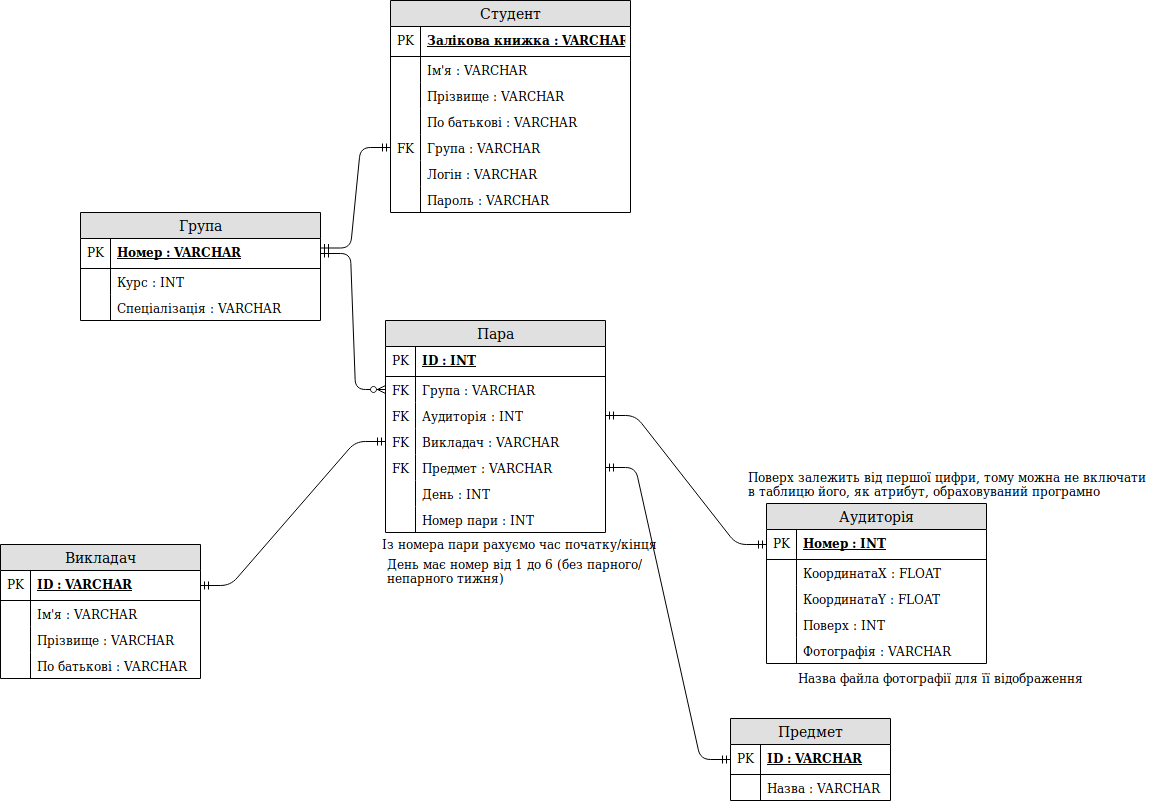
MazanYan/AndroidAppDatabaseTest keeps this draw.io diagram as doc/DatabaseStructure.png. Above is the earlier version. Source tidied: cells renumbered, new cells last; positions are measured from the earlier drawing's top-left corner, leaving out a move shared by most shapes.
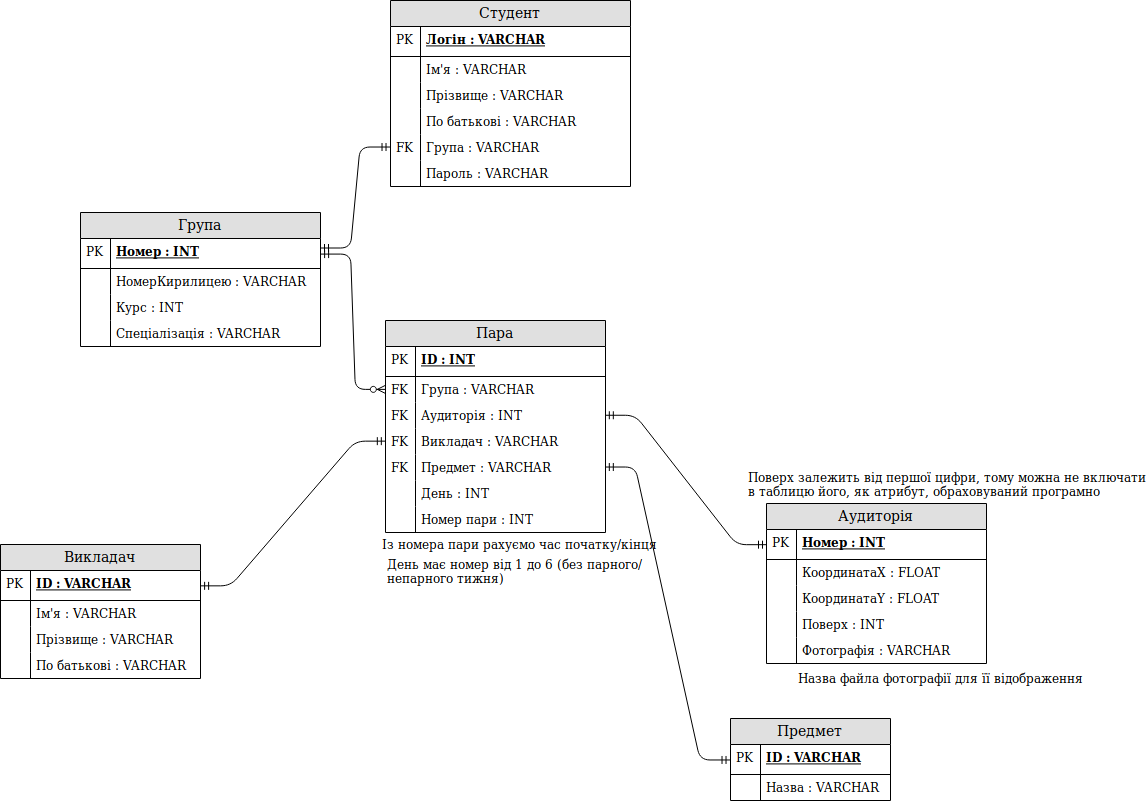
After the commit.

Commit message:
Admin is now able to add new student group; database structure updated

Change to the diagram source:
```diff
@@ -3,9 +3,9 @@
     <mxCell id="0" />
     <mxCell id="1" parent="0" />
     <mxCell id="2" value="Студент" style="swimlane;fontStyle=0;horizontal=1;startSize=26;fillColor=#e0e0e0;swimlaneFillColor=#ffffff;align=center;fontSize=14;" parent="1" vertex="1">
-      <mxGeometry x="390" width="240" height="212" as="geometry" />
+      <mxGeometry x="390" width="240" height="186" as="geometry" />
     </mxCell>
-    <mxCell id="3" value="Залікова книжка : VARCHAR" style="shape=partialRectangle;top=0;left=0;right=0;bottom=1;align=left;verticalAlign=middle;fillColor=none;spacingLeft=34;spacingRight=4;overflow=hidden;fontStyle=5;fontSize=12;" parent="2" vertex="1">
+    <mxCell id="3" value="Логін : VARCHAR" style="shape=partialRectangle;top=0;left=0;right=0;bottom=1;align=left;verticalAlign=middle;fillColor=none;spacingLeft=34;spacingRight=4;overflow=hidden;fontStyle=5;fontSize=12;" parent="2" vertex="1">
       <mxGeometry y="26" width="240" height="30" as="geometry" />
     </mxCell>
     <mxCell id="4" value="PK" style="shape=partialRectangle;top=0;left=0;bottom=0;fillColor=none;align=left;verticalAlign=middle;spacingLeft=4;spacingRight=4;overflow=hidden;fontSize=12;" parent="3" vertex="1">
@@ -35,35 +35,35 @@
     <mxCell id="12" value="FK" style="shape=partialRectangle;top=0;left=0;bottom=0;fillColor=none;align=left;verticalAlign=top;spacingLeft=4;spacingRight=4;overflow=hidden;fontSize=12;" parent="11" vertex="1">
       <mxGeometry width="30" height="26" as="geometry" />
     </mxCell>
-    <mxCell id="13" value="Логін : VARCHAR" style="shape=partialRectangle;top=0;left=0;right=0;bottom=0;align=left;verticalAlign=top;fillColor=none;spacingLeft=34;spacingRight=4;overflow=hidden;fontSize=12;" parent="2" vertex="1">
-      <mxGeometry y="160" width="240" height="26" as="geometry" />
-    </mxCell>
-    <mxCell id="14" style="shape=partialRectangle;top=0;left=0;bottom=0;fillColor=none;align=left;verticalAlign=top;spacingLeft=4;spacingRight=4;overflow=hidden;fontSize=12;" parent="13" vertex="1">
-      <mxGeometry width="30" height="26" as="geometry" />
-    </mxCell>
     <mxCell id="15" value="Пароль : VARCHAR" style="shape=partialRectangle;top=0;left=0;right=0;bottom=0;align=left;verticalAlign=top;fillColor=none;spacingLeft=34;spacingRight=4;overflow=hidden;fontSize=12;" parent="2" vertex="1">
-      <mxGeometry y="186" width="240" height="26" as="geometry" />
+      <mxGeometry y="160" width="240" height="26" as="geometry" />
     </mxCell>
     <mxCell id="16" style="shape=partialRectangle;top=0;left=0;bottom=0;fillColor=none;align=left;verticalAlign=top;spacingLeft=4;spacingRight=4;overflow=hidden;fontSize=12;" parent="15" vertex="1">
       <mxGeometry width="30" height="26" as="geometry" />
     </mxCell>
     <mxCell id="17" value="Група" style="swimlane;fontStyle=0;horizontal=1;startSize=26;fillColor=#e0e0e0;swimlaneFillColor=#ffffff;align=center;fontSize=14;" parent="1" vertex="1">
-      <mxGeometry x="80" y="212" width="240" height="108" as="geometry" />
+      <mxGeometry x="80" y="212" width="240" height="134" as="geometry" />
     </mxCell>
-    <mxCell id="18" value="Номер : VARCHAR" style="shape=partialRectangle;top=0;left=0;right=0;bottom=1;align=left;verticalAlign=middle;fillColor=none;spacingLeft=34;spacingRight=4;overflow=hidden;points=[[0,0.5],[1,0.5]];portConstraint=eastwest;fontStyle=5;fontSize=12;" parent="17" vertex="1">
+    <mxCell id="18" value="Номер : INT" style="shape=partialRectangle;top=0;left=0;right=0;bottom=1;align=left;verticalAlign=middle;fillColor=none;spacingLeft=34;spacingRight=4;overflow=hidden;points=[[0,0.5],[1,0.5]];portConstraint=eastwest;fontStyle=5;fontSize=12;" parent="17" vertex="1">
       <mxGeometry y="26" width="240" height="30" as="geometry" />
     </mxCell>
     <mxCell id="19" value="PK" style="shape=partialRectangle;top=0;left=0;bottom=0;fillColor=none;align=left;verticalAlign=middle;spacingLeft=4;spacingRight=4;overflow=hidden;fontSize=12;" parent="18" vertex="1">
       <mxGeometry width="30" height="30" as="geometry" />
     </mxCell>
-    <mxCell id="20" value="Курс : INT" style="shape=partialRectangle;top=0;left=0;right=0;bottom=0;align=left;verticalAlign=top;fillColor=none;spacingLeft=34;spacingRight=4;overflow=hidden;fontSize=12;" parent="17" vertex="1">
+    <mxCell id="20" value="НомерКирилицею : VARCHAR" style="shape=partialRectangle;top=0;left=0;right=0;bottom=0;align=left;verticalAlign=top;fillColor=none;spacingLeft=34;spacingRight=4;overflow=hidden;fontSize=12;" parent="17" vertex="1">
       <mxGeometry y="56" width="240" height="26" as="geometry" />
     </mxCell>
     <mxCell id="21" style="shape=partialRectangle;top=0;left=0;bottom=0;fillColor=none;align=left;verticalAlign=top;spacingLeft=4;spacingRight=4;overflow=hidden;fontSize=12;" parent="20" vertex="1">
       <mxGeometry width="30" height="26" as="geometry" />
     </mxCell>
+    <mxCell id="75" value="Курс : INT" style="shape=partialRectangle;top=0;left=0;right=0;bottom=0;align=left;verticalAlign=top;fillColor=none;spacingLeft=34;spacingRight=4;overflow=hidden;fontSize=12;" parent="17" vertex="1">
+      <mxGeometry y="82" width="240" height="26" as="geometry" />
+    </mxCell>
+    <mxCell id="14" style="shape=partialRectangle;top=0;left=0;bottom=0;fillColor=none;align=left;verticalAlign=top;spacingLeft=4;spacingRight=4;overflow=hidden;fontSize=12;" parent="75" vertex="1">
+      <mxGeometry width="30" height="26" as="geometry" />
+    </mxCell>
     <mxCell id="22" value="Спеціалізація : VARCHAR" style="shape=partialRectangle;top=0;left=0;right=0;bottom=0;align=left;verticalAlign=top;fillColor=none;spacingLeft=34;spacingRight=4;overflow=hidden;fontSize=12;" parent="17" vertex="1">
-      <mxGeometry y="82" width="240" height="26" as="geometry" />
+      <mxGeometry y="108" width="240" height="26" as="geometry" />
     </mxCell>
     <mxCell id="23" style="shape=partialRectangle;top=0;left=0;bottom=0;fillColor=none;align=left;verticalAlign=top;spacingLeft=4;spacingRight=4;overflow=hidden;fontSize=12;" parent="22" vertex="1">
       <mxGeometry width="30" height="26" as="geometry" />
```
